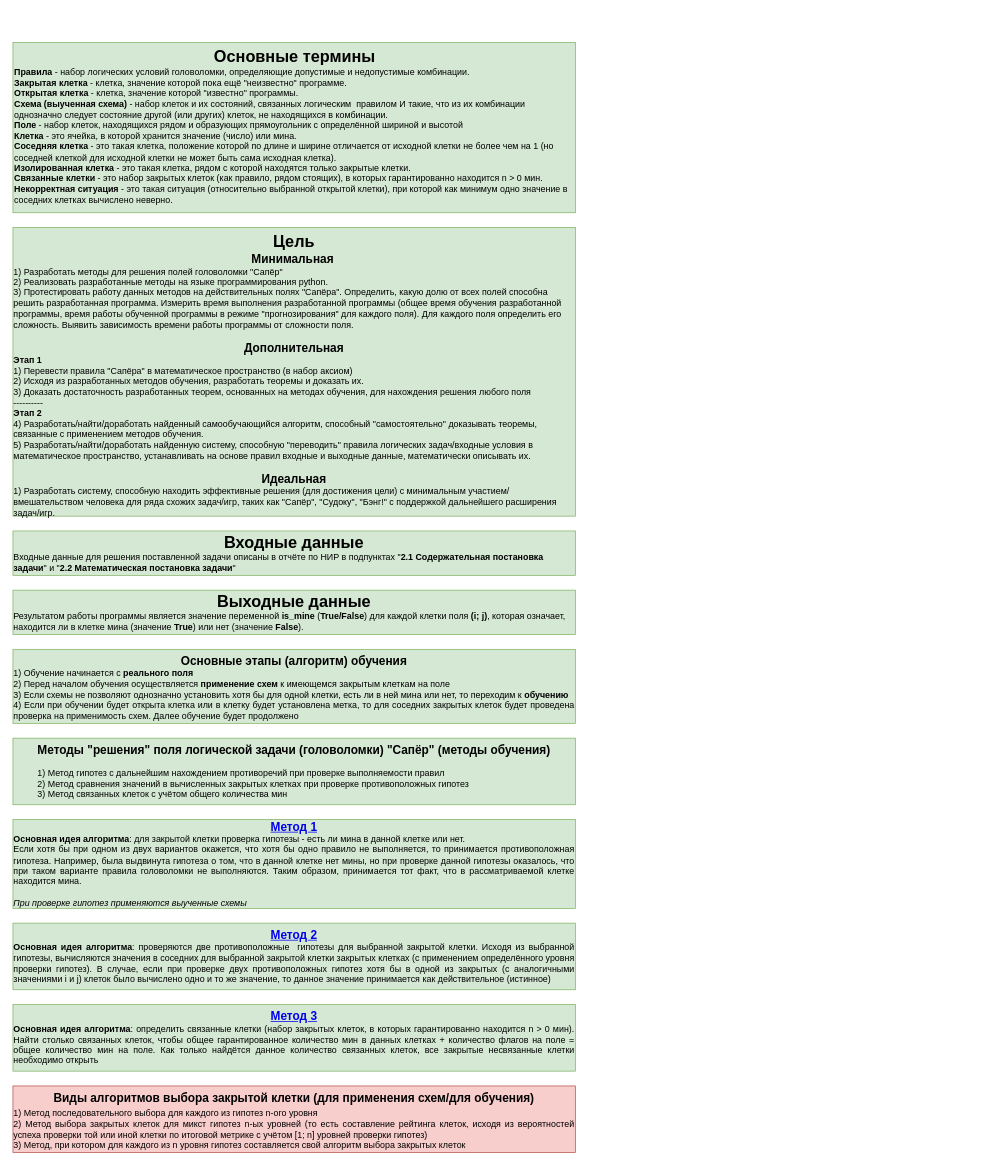
xex238/Diploma_2022 keeps this draw.io diagram as page "Основные данные" (2 of 13) of docs/Сапёр. Описание работы.drawio. Above is the earlier version. Source tidied: cells renumbered, new cells numbered last; positions are measured from the earlier drawing's top-left corner, leaving out a move shared by most shapes. Both pictures are drawn from the tidied source at 74%, with x=0, y=0 at pixel (13, 42).
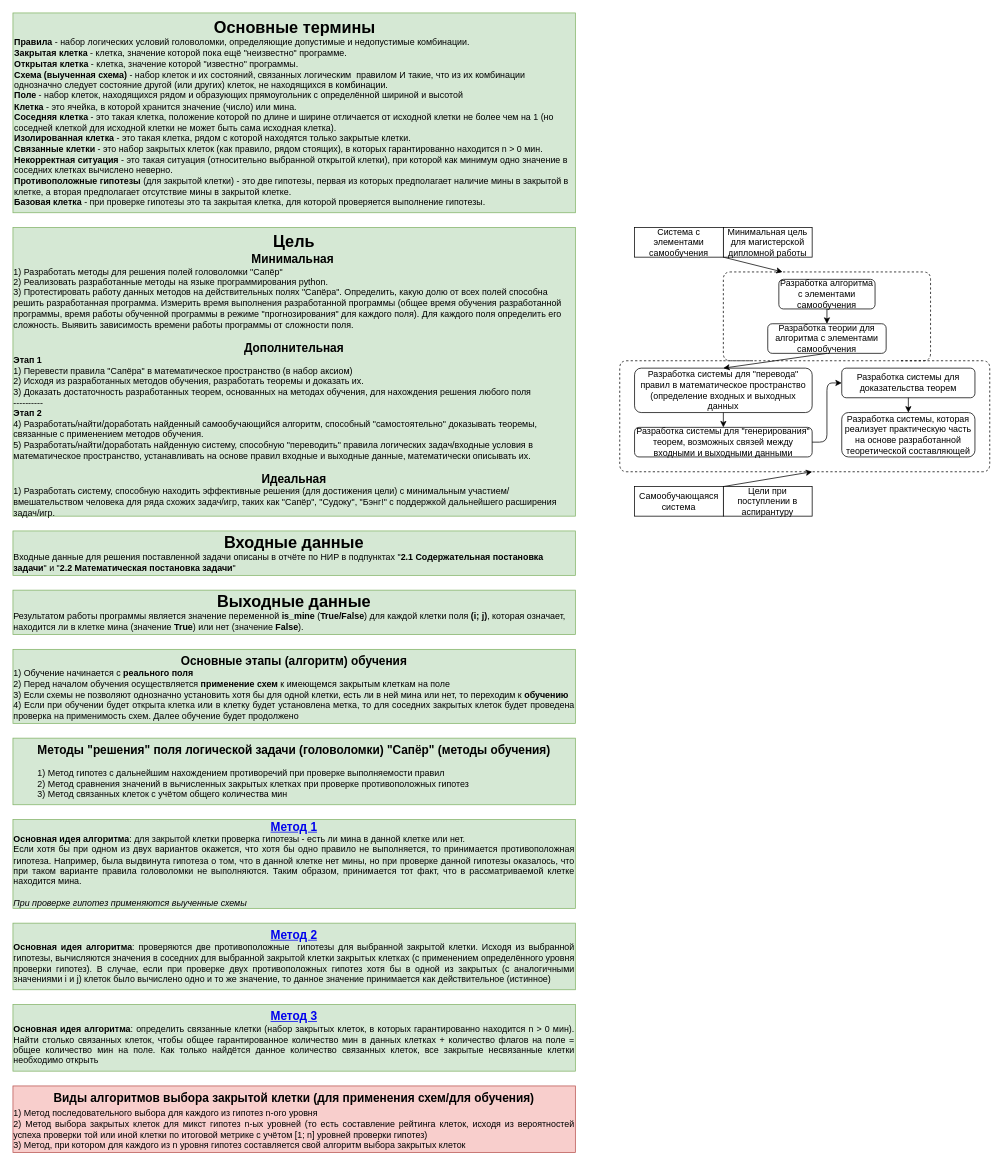
After the change.

Commit message:
Добавлены основные термины, обновлены цели. Добавлена вкладка Теория

The edit, as a diff of the source:
```diff
@@
-    <mxCell id="2" value="&lt;div style=&quot;text-align: center&quot;&gt;&lt;span&gt;&lt;font style=&quot;font-size: 22px&quot;&gt;&lt;b&gt;Основные термины&lt;/b&gt;&lt;/font&gt;&lt;/span&gt;&lt;/div&gt;&lt;b&gt;Правила&lt;/b&gt; - набор логических условий головоломки, определяющие допустимые и недопустимые комбинации.&lt;br&gt;&lt;b&gt;Закрытая клетка&lt;/b&gt; - клетка, значение которой пока ещё &quot;неизвестно&quot; программе.&lt;br&gt;&lt;b&gt;Открытая клетка&lt;/b&gt; - клетка, значение которой &quot;известно&quot; программы.&lt;br&gt;&lt;b&gt;Схема (выученная схема)&lt;/b&gt; - набор клеток и их состояний, связанных логическим&amp;nbsp; правилом И такие, что из их комбинации однозначно следует состояние другой (или других) клеток, не находящихся в комбинации.&lt;br&gt;&lt;b&gt;Поле&lt;/b&gt; - набор клеток, находящихся рядом и образующих прямоугольник с определённой шириной и высотой&lt;br&gt;&lt;b&gt;Клетка&lt;/b&gt; - это ячейка, в которой хранится значение (число) или мина.&lt;br&gt;&lt;b&gt;Соседняя клетка&lt;/b&gt; - это такая клетка, положение которой по длине и ширине отличается от исходной клетки не более чем на 1 (но соседней клеткой для исходной клетки не может быть сама исходная клетка).&lt;br&gt;&lt;b&gt;Изолированная клетка&lt;/b&gt; - это такая клетка, рядом с которой находятся только закрытые клетки.&lt;br&gt;&lt;b&gt;Связанные клетки&lt;/b&gt; - это набор закрытых клеток (как правило, рядом стоящих), в которых гарантированно находится n &amp;gt; 0 мин.&lt;br&gt;&lt;b&gt;Некорректная ситуация&lt;/b&gt; - это такая ситуация (относительно выбранной открытой клетки), при которой как минимум одно значение в соседних клетках вычислено неверно." style="text;html=1;align=left;verticalAlign=top;whiteSpace=wrap;rounded=0;fillColor=#d5e8d4;strokeColor=#82b366;" parent="1" vertex="1">
-      <mxGeometry width="760" height="230" as="geometry" />
+    <mxCell id="2" value="&lt;div style=&quot;text-align: center&quot;&gt;&lt;span&gt;&lt;font style=&quot;font-size: 22px&quot;&gt;&lt;b&gt;Основные термины&lt;/b&gt;&lt;/font&gt;&lt;/span&gt;&lt;/div&gt;&lt;b&gt;Правила&lt;/b&gt; - набор логических условий головоломки, определяющие допустимые и недопустимые комбинации.&lt;br&gt;&lt;b&gt;Закрытая клетка&lt;/b&gt; - клетка, значение которой пока ещё &quot;неизвестно&quot; программе.&lt;br&gt;&lt;b&gt;Открытая клетка&lt;/b&gt; - клетка, значение которой &quot;известно&quot; программы.&lt;br&gt;&lt;b&gt;Схема (выученная схема)&lt;/b&gt; - набор клеток и их состояний, связанных логическим&amp;nbsp; правилом И такие, что из их комбинации однозначно следует состояние другой (или других) клеток, не находящихся в комбинации.&lt;br&gt;&lt;b&gt;Поле&lt;/b&gt; - набор клеток, находящихся рядом и образующих прямоугольник с определённой шириной и высотой&lt;br&gt;&lt;b&gt;Клетка&lt;/b&gt; - это ячейка, в которой хранится значение (число) или мина.&lt;br&gt;&lt;b&gt;Соседняя клетка&lt;/b&gt; - это такая клетка, положение которой по длине и ширине отличается от исходной клетки не более чем на 1 (но соседней клеткой для исходной клетки не может быть сама исходная клетка).&lt;br&gt;&lt;b&gt;Изолированная клетка&lt;/b&gt; - это такая клетка, рядом с которой находятся только закрытые клетки.&lt;br&gt;&lt;b&gt;Связанные клетки&lt;/b&gt; - это набор закрытых клеток (как правило, рядом стоящих), в которых гарантированно находится n &amp;gt; 0 мин.&lt;br&gt;&lt;b&gt;Некорректная ситуация&lt;/b&gt; - это такая ситуация (относительно выбранной открытой клетки), при которой как минимум одно значение в соседних клетках вычислено неверно.&lt;br&gt;&lt;b&gt;Противоположные гипотезы&lt;/b&gt; (для закрытой клетки) - это две гипотезы, первая из которых предполагает наличие мины в закрытой в клетке, а вторая предполагает отсутствие мины в закрытой клетке.&lt;br&gt;&lt;b&gt;Базовая клетка&lt;/b&gt; - при проверке гипотезы это та закрытая клетка, для которой проверяется выполнение гипотезы." style="text;html=1;align=left;verticalAlign=top;whiteSpace=wrap;rounded=0;fillColor=#d5e8d4;strokeColor=#82b366;" parent="1" vertex="1">
+      <mxGeometry y="-40" width="760" height="270" as="geometry" />
     </mxCell>
@@
+    <mxCell id="12" value="Разработка алгоритма с элементами самообучения" style="rounded=1;whiteSpace=wrap;html=1;" parent="1" vertex="1">
+      <mxGeometry x="1035" y="320" width="130" height="40" as="geometry" />
+    </mxCell>
+    <mxCell id="13" value="Разработка теории для алгоритма с элементами самообучения" style="rounded=1;whiteSpace=wrap;html=1;" parent="1" vertex="1">
+      <mxGeometry x="1020" y="380" width="160" height="40" as="geometry" />
+    </mxCell>
+    <mxCell id="14" value="Разработка системы для &quot;перевода&quot; правил в математическое пространство (определение входных и выходных данных" style="rounded=1;whiteSpace=wrap;html=1;" parent="1" vertex="1">
+      <mxGeometry x="840" y="440" width="240" height="60" as="geometry" />
+    </mxCell>
+    <mxCell id="15" value="Разработка системы для &quot;генерирования&quot; теорем, возможных связей между входными и выходными данными" style="rounded=1;whiteSpace=wrap;html=1;" parent="1" vertex="1">
+      <mxGeometry x="840" y="520" width="240" height="40" as="geometry" />
+    </mxCell>
+    <mxCell id="16" value="Разработка системы для доказательства теорем" style="rounded=1;whiteSpace=wrap;html=1;" parent="1" vertex="1">
+      <mxGeometry x="1120" y="440" width="180" height="40" as="geometry" />
+    </mxCell>
+    <mxCell id="17" value="Разработка системы, которая реализует практическую часть на основе разработанной теоретической составляющей" style="rounded=1;whiteSpace=wrap;html=1;" parent="1" vertex="1">
+      <mxGeometry x="1120" y="500" width="180" height="60" as="geometry" />
+    </mxCell>
+    <mxCell id="18" style="endArrow=none;html=1;dashed=1;" parent="1" edge="1">
+      <mxGeometry relative="1" as="geometry">
+        <mxPoint x="960" y="430" as="sourcePoint" />
+        <mxPoint x="960" y="430" as="targetPoint" />
+        <Array as="points">
+          <mxPoint x="1320" y="430" />
+          <mxPoint x="1320" y="580" />
+          <mxPoint x="820" y="580" />
+          <mxPoint x="820" y="430" />
+        </Array>
+      </mxGeometry>
+    </mxCell>
+    <mxCell id="19" style="endArrow=classic;html=1;entryX=0.5;entryY=0;entryDx=0;entryDy=0;exitX=0.5;exitY=1;exitDx=0;exitDy=0;" parent="1" edge="1" source="12" target="13">
+      <mxGeometry relative="1" as="geometry" />
+    </mxCell>
+    <mxCell id="20" style="endArrow=classic;html=1;entryX=0.5;entryY=0;entryDx=0;entryDy=0;exitX=0.5;exitY=1;exitDx=0;exitDy=0;" parent="1" edge="1" source="13" target="14">
+      <mxGeometry relative="1" as="geometry" />
+    </mxCell>
+    <mxCell id="21" style="endArrow=classic;html=1;entryX=0.5;entryY=0;entryDx=0;entryDy=0;exitX=0.5;exitY=1;exitDx=0;exitDy=0;" parent="1" edge="1" source="14" target="15">
+      <mxGeometry relative="1" as="geometry" />
+    </mxCell>
+    <mxCell id="22" style="endArrow=classic;html=1;entryX=0;entryY=0.5;entryDx=0;entryDy=0;exitX=1;exitY=0.5;exitDx=0;exitDy=0;" parent="1" edge="1" source="15" target="16">
+      <mxGeometry relative="1" as="geometry">
+        <Array as="points">
+          <mxPoint x="1100" y="540" />
+          <mxPoint x="1100" y="460" />
+        </Array>
+      </mxGeometry>
+    </mxCell>
+    <mxCell id="23" style="endArrow=classic;html=1;entryX=0.5;entryY=0;entryDx=0;entryDy=0;exitX=0.5;exitY=1;exitDx=0;exitDy=0;" parent="1" edge="1" source="16" target="17">
+      <mxGeometry relative="1" as="geometry" />
+    </mxCell>
+    <mxCell id="24" style="endArrow=none;html=1;dashed=1;" parent="1" edge="1">
+      <mxGeometry relative="1" as="geometry">
+        <mxPoint x="1200" y="430" as="sourcePoint" />
+        <mxPoint x="1000" y="430" as="targetPoint" />
+        <Array as="points">
+          <mxPoint x="1240" y="430" />
+          <mxPoint x="1240" y="310" />
+          <mxPoint x="960" y="310" />
+          <mxPoint x="960" y="430" />
+        </Array>
+      </mxGeometry>
+    </mxCell>
+    <mxCell id="25" value="Самообучающаяся система" style="rounded=0;whiteSpace=wrap;html=1;" parent="1" vertex="1">
+      <mxGeometry x="840" y="600" width="120" height="40" as="geometry" />
+    </mxCell>
+    <mxCell id="26" style="endArrow=classic;html=1;exitX=1;exitY=0;exitDx=0;exitDy=0;" parent="1" edge="1" source="25">
+      <mxGeometry relative="1" as="geometry">
+        <mxPoint x="1080" y="580" as="targetPoint" />
+      </mxGeometry>
+    </mxCell>
+    <mxCell id="27" value="Система с элементами самообучения" style="rounded=0;whiteSpace=wrap;html=1;" parent="1" vertex="1">
+      <mxGeometry x="840" y="250" width="120" height="40" as="geometry" />
+    </mxCell>
+    <mxCell id="28" style="endArrow=classic;html=1;exitX=1;exitY=1;exitDx=0;exitDy=0;" parent="1" edge="1" source="27">
+      <mxGeometry relative="1" as="geometry">
+        <mxPoint x="1040" y="310" as="targetPoint" />
+      </mxGeometry>
+    </mxCell>
+    <mxCell id="29" value="Минимальная цель для магистерской дипломной работы" style="rounded=0;whiteSpace=wrap;html=1;" parent="1" vertex="1">
+      <mxGeometry x="960" y="250" width="120" height="40" as="geometry" />
+    </mxCell>
+    <mxCell id="30" value="Цели при поступлении в аспирантуру" style="rounded=0;whiteSpace=wrap;html=1;" parent="1" vertex="1">
+      <mxGeometry x="960" y="600" width="120" height="40" as="geometry" />
+    </mxCell>
```
